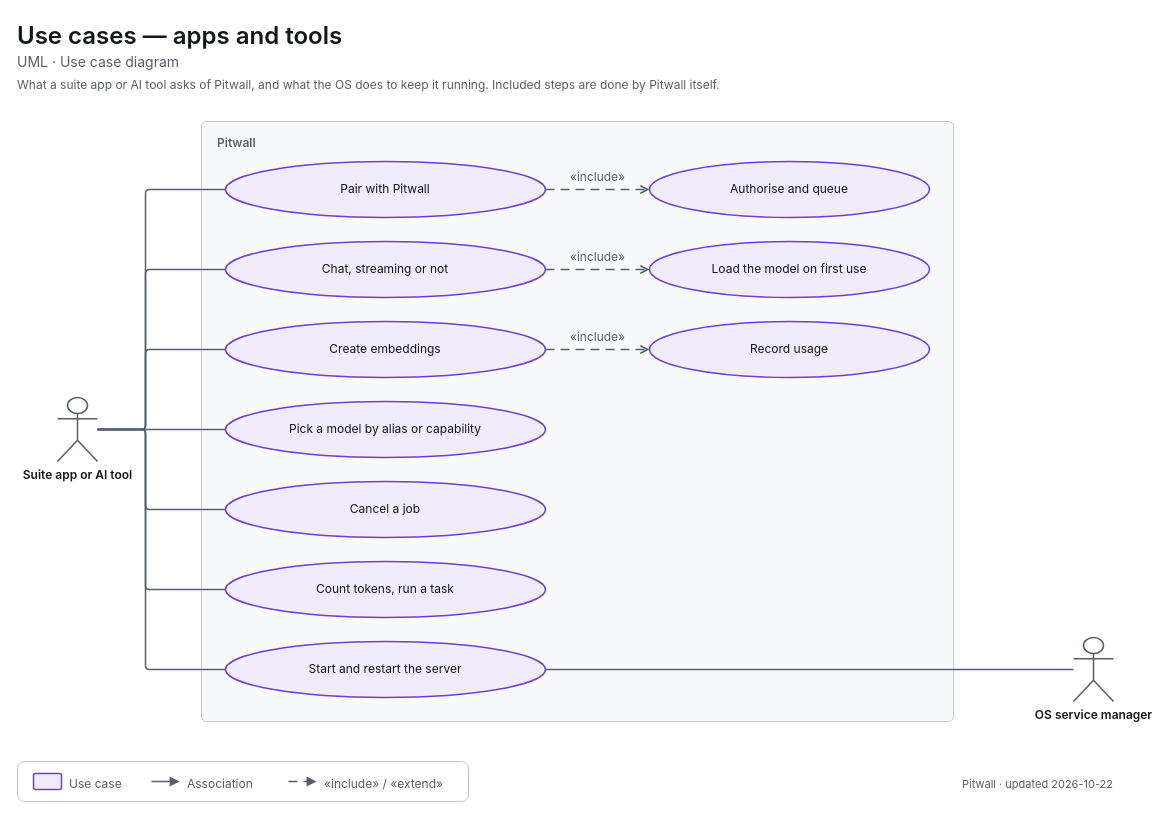
Before: apps/pitwall/docs/diagrams/uml-use-cases-clients.drawio in decryp7/paddock, a draw.io diagram. Source tidied: cells renumbered, new cells numbered last; positions are measured from the earlier drawing's top-left corner, leaving out a move shared by most shapes. Both pictures are drawn from the tidied source at 100%, with x=0, y=0 at pixel (17, 17).
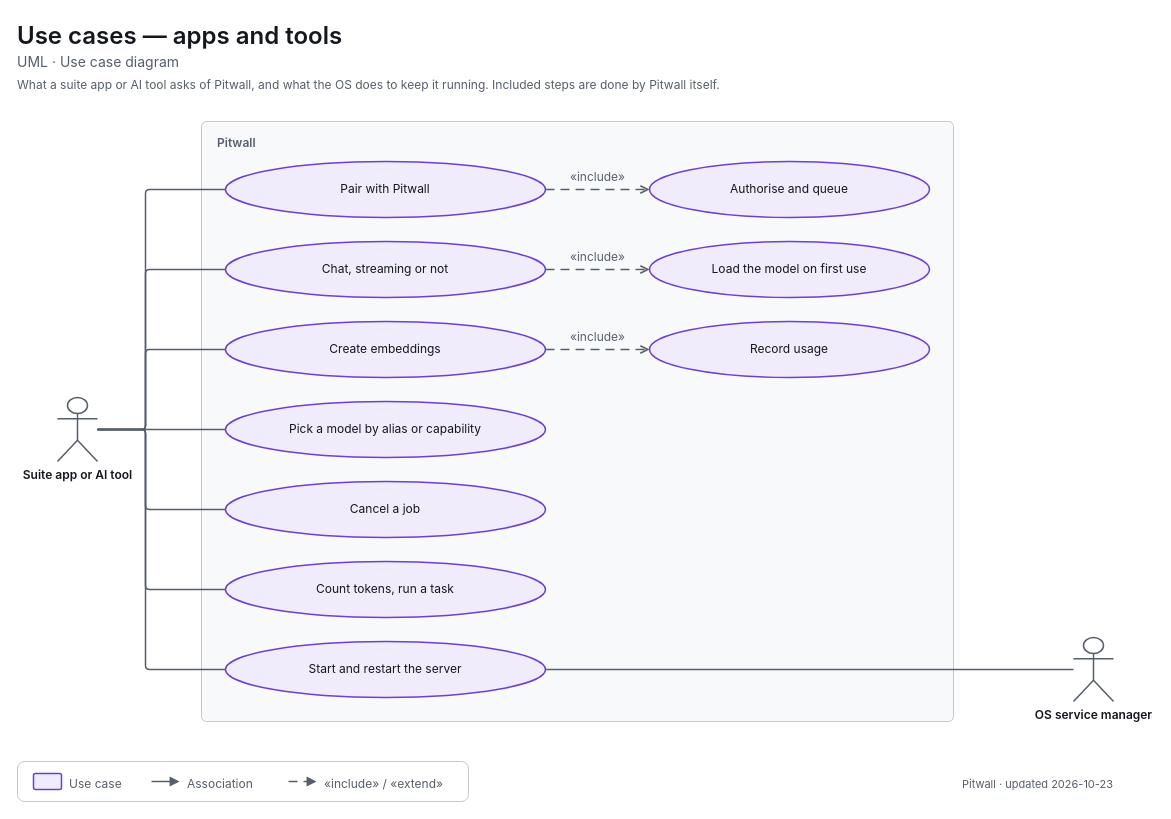
The same page after the edit.

Diff of the diagram source:
```diff
@@
-    <mxCell id="39" value="&lt;span style=&quot;font-size:11px;font-weight:400&quot;&gt;Pitwall · updated 2026-10-22&lt;/span&gt;" style="html=1;whiteSpace=wrap;fontFamily=-apple-system,BlinkMacSystemFont,Segoe UI,system-ui,sans-serif;fontSize=12;fontColor=light-dark(#14171C,#ECEEF1);text;strokeColor=none;fillColor=none;align=right;verticalAlign=top;spacing=0;fontColor=light-dark(#565E6B,#A0A7B2);" parent="1" vertex="1">
+    <mxCell id="39" value="&lt;span style=&quot;font-size:11px;font-weight:400&quot;&gt;Pitwall · updated 2026-10-23&lt;/span&gt;" style="html=1;whiteSpace=wrap;fontFamily=-apple-system,BlinkMacSystemFont,Segoe UI,system-ui,sans-serif;fontSize=12;fontColor=light-dark(#14171C,#ECEEF1);text;strokeColor=none;fillColor=none;align=right;verticalAlign=top;spacing=0;fontColor=light-dark(#565E6B,#A0A7B2);" parent="1" vertex="1">
       <mxGeometry x="736" y="755" width="360" height="18" as="geometry" />
     </mxCell>
```
